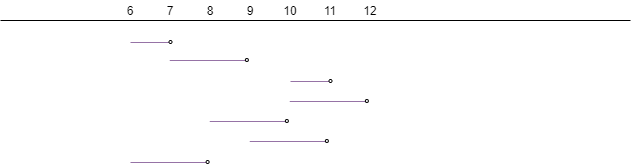
Earlier version of the draw.io export timeline.png (ywxgod/image_source). Source tidied: cells renumbered, new cells last; positions are measured from the earlier drawing's top-left corner, leaving out a move shared by most shapes. Source of this version:
```xml
<mxGraphModel>
  <root>
    <mxCell id="0" />
    <mxCell id="1" parent="0" />
    <mxCell id="2" style="endArrow=none;html=1;" parent="1" edge="1">
      <mxGeometry relative="1" as="geometry">
        <mxPoint y="20" as="sourcePoint" />
        <mxPoint x="630" y="20" as="targetPoint" />
      </mxGeometry>
    </mxCell>
    <mxCell id="3" value="6" style="text;html=1;strokeColor=none;fillColor=none;align=center;verticalAlign=middle;whiteSpace=wrap;rounded=0;" parent="1" vertex="1">
      <mxGeometry x="110" width="40" height="20" as="geometry" />
    </mxCell>
    <mxCell id="4" value="7" style="text;html=1;strokeColor=none;fillColor=none;align=center;verticalAlign=middle;whiteSpace=wrap;rounded=0;" parent="1" vertex="1">
      <mxGeometry x="150" width="40" height="20" as="geometry" />
    </mxCell>
    <mxCell id="5" value="8" style="text;html=1;strokeColor=none;fillColor=none;align=center;verticalAlign=middle;whiteSpace=wrap;rounded=0;" parent="1" vertex="1">
      <mxGeometry x="190" width="40" height="20" as="geometry" />
    </mxCell>
    <mxCell id="6" value="9" style="text;html=1;strokeColor=none;fillColor=none;align=center;verticalAlign=middle;whiteSpace=wrap;rounded=0;" parent="1" vertex="1">
      <mxGeometry x="230" width="40" height="20" as="geometry" />
    </mxCell>
    <mxCell id="7" value="10" style="text;html=1;strokeColor=none;fillColor=none;align=center;verticalAlign=middle;whiteSpace=wrap;rounded=0;" parent="1" vertex="1">
      <mxGeometry x="270" width="40" height="20" as="geometry" />
    </mxCell>
    <mxCell id="8" value="11" style="text;html=1;strokeColor=none;fillColor=none;align=center;verticalAlign=middle;whiteSpace=wrap;rounded=0;" parent="1" vertex="1">
      <mxGeometry x="310" width="40" height="20" as="geometry" />
    </mxCell>
    <mxCell id="9" value="12" style="text;html=1;strokeColor=none;fillColor=none;align=center;verticalAlign=middle;whiteSpace=wrap;rounded=0;" parent="1" vertex="1">
      <mxGeometry x="350" width="40" height="20" as="geometry" />
    </mxCell>
    <mxCell id="10" style="group;" parent="1" vertex="1">
      <mxGeometry x="130" y="40" width="201.5" height="43" as="geometry" />
    </mxCell>
    <mxCell id="11" style="endArrow=none;html=1;fillColor=#e1d5e7;strokeColor=#9673a6;" parent="10" edge="1">
      <mxGeometry relative="1" as="geometry">
        <mxPoint y="2" as="sourcePoint" />
        <mxPoint x="40" y="2" as="targetPoint" />
      </mxGeometry>
    </mxCell>
    <mxCell id="12" style="ellipse;whiteSpace=wrap;html=1;" parent="10" vertex="1">
      <mxGeometry x="38.5" width="3" height="3" as="geometry" />
    </mxCell>
    <mxCell id="13" style="group;" parent="10" vertex="1">
      <mxGeometry x="160" y="39" width="41.5" height="3" as="geometry" />
    </mxCell>
    <mxCell id="14" style="endArrow=none;html=1;fillColor=#e1d5e7;strokeColor=#9673a6;" parent="13" edge="1">
      <mxGeometry relative="1" as="geometry">
        <mxPoint y="2" as="sourcePoint" />
        <mxPoint x="40" y="2" as="targetPoint" />
      </mxGeometry>
    </mxCell>
    <mxCell id="15" style="ellipse;whiteSpace=wrap;html=1;" parent="13" vertex="1">
      <mxGeometry x="38.5" width="3" height="3" as="geometry" />
    </mxCell>
    <mxCell id="16" style="group;" parent="1" vertex="1">
      <mxGeometry x="169.2" y="58" width="81.5" height="3" as="geometry" />
    </mxCell>
    <mxCell id="17" style="endArrow=none;html=1;fillColor=#e1d5e7;strokeColor=#9673a6;" parent="16" edge="1">
      <mxGeometry relative="1" as="geometry">
        <mxPoint y="2" as="sourcePoint" />
        <mxPoint x="78.6" y="2" as="targetPoint" />
      </mxGeometry>
    </mxCell>
    <mxCell id="18" style="ellipse;whiteSpace=wrap;html=1;" parent="16" vertex="1">
      <mxGeometry x="75.6" width="3" height="3" as="geometry" />
    </mxCell>
    <mxCell id="19" style="group;" parent="1" vertex="1">
      <mxGeometry x="289.2" y="99" width="81.5" height="3" as="geometry" />
    </mxCell>
    <mxCell id="20" style="endArrow=none;html=1;fillColor=#e1d5e7;strokeColor=#9673a6;" parent="19" edge="1">
      <mxGeometry relative="1" as="geometry">
        <mxPoint y="2" as="sourcePoint" />
        <mxPoint x="78.6" y="2" as="targetPoint" />
      </mxGeometry>
    </mxCell>
    <mxCell id="21" style="ellipse;whiteSpace=wrap;html=1;" parent="19" vertex="1">
      <mxGeometry x="75.6" width="3" height="3" as="geometry" />
    </mxCell>
    <mxCell id="22" style="group;" parent="1" vertex="1">
      <mxGeometry x="209.2" y="119" width="81.5" height="3" as="geometry" />
    </mxCell>
    <mxCell id="23" style="endArrow=none;html=1;fillColor=#e1d5e7;strokeColor=#9673a6;" parent="22" edge="1">
      <mxGeometry relative="1" as="geometry">
        <mxPoint y="2" as="sourcePoint" />
        <mxPoint x="78.6" y="2" as="targetPoint" />
      </mxGeometry>
    </mxCell>
    <mxCell id="24" style="ellipse;whiteSpace=wrap;html=1;" parent="22" vertex="1">
      <mxGeometry x="75.6" width="3" height="3" as="geometry" />
    </mxCell>
    <mxCell id="25" style="group;" parent="1" vertex="1">
      <mxGeometry x="249.2" y="139" width="81.5" height="3" as="geometry" />
    </mxCell>
    <mxCell id="26" style="endArrow=none;html=1;fillColor=#e1d5e7;strokeColor=#9673a6;" parent="25" edge="1">
      <mxGeometry relative="1" as="geometry">
        <mxPoint y="2" as="sourcePoint" />
        <mxPoint x="78.6" y="2" as="targetPoint" />
      </mxGeometry>
    </mxCell>
    <mxCell id="27" style="ellipse;whiteSpace=wrap;html=1;" parent="25" vertex="1">
      <mxGeometry x="75.6" width="3" height="3" as="geometry" />
    </mxCell>
    <mxCell id="28" style="group;" parent="1" vertex="1">
      <mxGeometry x="130" y="160" width="81.5" height="3" as="geometry" />
    </mxCell>
    <mxCell id="29" style="endArrow=none;html=1;fillColor=#e1d5e7;strokeColor=#9673a6;" parent="28" edge="1">
      <mxGeometry relative="1" as="geometry">
        <mxPoint y="2" as="sourcePoint" />
        <mxPoint x="78.6" y="2" as="targetPoint" />
      </mxGeometry>
    </mxCell>
    <mxCell id="30" style="ellipse;whiteSpace=wrap;html=1;" parent="28" vertex="1">
      <mxGeometry x="75.6" width="3" height="3" as="geometry" />
    </mxCell>
  </root>
</mxGraphModel>
```
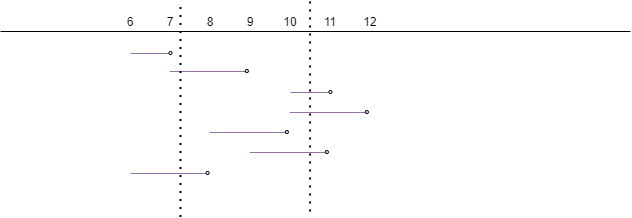
After the commit.

The edit, as a diff of the source:
```diff
@@ -113,5 +113,17 @@
     <mxCell id="30" style="ellipse;whiteSpace=wrap;html=1;" parent="28" vertex="1">
       <mxGeometry x="75.6" width="3" height="3" as="geometry" />
     </mxCell>
+    <mxCell id="31" style="endArrow=none;dashed=1;html=1;dashPattern=1 3;strokeWidth=2;" parent="1" edge="1">
+      <mxGeometry relative="1" as="geometry">
+        <mxPoint x="309.6" y="200" as="sourcePoint" />
+        <mxPoint x="309.6" y="-10" as="targetPoint" />
+      </mxGeometry>
+    </mxCell>
+    <mxCell id="32" style="endArrow=none;dashed=1;html=1;dashPattern=1 3;strokeWidth=2;" parent="1" edge="1">
+      <mxGeometry relative="1" as="geometry">
+        <mxPoint x="180" y="205.5" as="sourcePoint" />
+        <mxPoint x="180" y="-4.5" as="targetPoint" />
+      </mxGeometry>
+    </mxCell>
   </root>
 </mxGraphModel>
```
